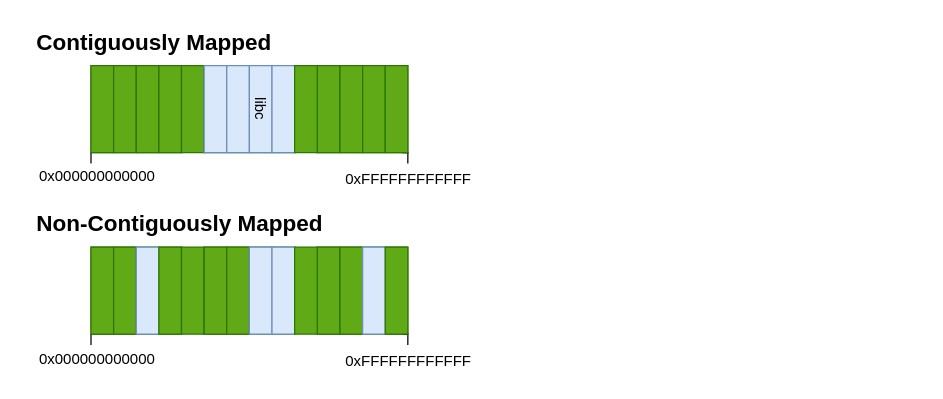
Before: diagrams/libc-contig-vs-noncontig.drawio in tcassar-diss/report, a draw.io diagram. Source tidied: cells renumbered, new cells numbered last; positions are measured from the earlier drawing's top-left corner, leaving out a move shared by most shapes. Both pictures are drawn from the tidied source at 125%, with x=0, y=0 at pixel (21, 21).
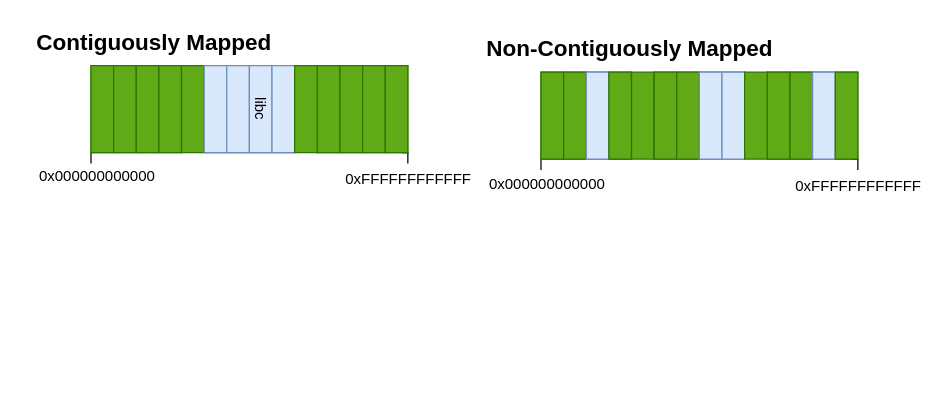
The same page after the edit.

Unchanged cells that the change refers to:
```xml
<mxCell id="2" style="group;" parent="1" vertex="1">
  <mxGeometry y="-0.2" width="354.1" height="284.8" as="geometry" />
</mxCell>
```

What changed in the source:
```diff
@@
-    <mxCell id="27" value="&lt;h1 style=&quot;margin-top: 0px;&quot;&gt;Non-Contiguously Mapped&lt;/h1&gt;" style="text;html=1;whiteSpace=wrap;overflow=hidden;rounded=0;fontSize=9;" parent="2" vertex="1">
-      <mxGeometry x="10" y="145.2" width="271" height="120" as="geometry" />
+    <mxCell id="27" value="&lt;h1 style=&quot;margin-top: 0px;&quot;&gt;Non-Contiguously Mapped&lt;/h1&gt;" style="text;html=1;whiteSpace=wrap;overflow=hidden;rounded=0;fontSize=9;" parent="1" vertex="1">
+      <mxGeometry x="370" y="5" width="271" height="120" as="geometry" />
     </mxCell>
-    <mxCell id="28" style="group;fillColor=#60a917;strokeColor=#2D7600;fontColor=#ffffff;" parent="2" vertex="1">
-      <mxGeometry x="55.3" y="180.4" width="72.4" height="69.6" as="geometry" />
+    <mxCell id="28" style="group;fillColor=#60a917;strokeColor=#2D7600;fontColor=#ffffff;" parent="1" vertex="1">
+      <mxGeometry x="415.3" y="40.2" width="72.4" height="69.6" as="geometry" />
     </mxCell>
-    <mxCell id="29" style="group;fillColor=#60a917;strokeColor=#2D7600;fontColor=#ffffff;" parent="2" vertex="1">
-      <mxGeometry x="236.3" y="180.4" width="72.4" height="69.6" as="geometry" />
+    <mxCell id="29" style="group;fillColor=#60a917;strokeColor=#2D7600;fontColor=#ffffff;" parent="1" vertex="1">
+      <mxGeometry x="596.3" y="40.2" width="72.4" height="69.6" as="geometry" />
     </mxCell>
-    <mxCell id="30" value="0xFFFFFFFFFFFF" style="text;html=1;align=center;verticalAlign=middle;whiteSpace=wrap;rounded=0;" parent="2" vertex="1">
-      <mxGeometry x="263.5" y="258.7" width="90.5" height="26.1" as="geometry" />
+    <mxCell id="30" value="0xFFFFFFFFFFFF" style="text;html=1;align=center;verticalAlign=middle;whiteSpace=wrap;rounded=0;" parent="1" vertex="1">
+      <mxGeometry x="623.5" y="118.5" width="90.5" height="26.1" as="geometry" />
     </mxCell>
-    <mxCell id="31" style="edgeStyle=orthogonalEdgeStyle;rounded=0;jettySize=auto;html=1;exitX=0.75;exitY=1;exitDx=0;exitDy=0;entryX=0.5;entryY=0;entryDx=0;entryDy=0;endArrow=none;startFill=0;" parent="2" edge="1" source="41" target="30">
+    <mxCell id="31" style="edgeStyle=orthogonalEdgeStyle;rounded=0;jettySize=auto;html=1;exitX=0.75;exitY=1;exitDx=0;exitDy=0;entryX=0.5;entryY=0;entryDx=0;entryDy=0;endArrow=none;startFill=0;" parent="1" edge="1" source="41" target="30">
       <mxGeometry relative="1" as="geometry" />
     </mxCell>
-    <mxCell id="32" style="edgeStyle=orthogonalEdgeStyle;rounded=0;jettySize=auto;html=1;exitX=0;exitY=1;exitDx=0;exitDy=0;strokeColor=default;endArrow=none;startFill=0;" parent="2" edge="1" source="33">
+    <mxCell id="32" style="edgeStyle=orthogonalEdgeStyle;rounded=0;jettySize=auto;html=1;exitX=0;exitY=1;exitDx=0;exitDy=0;strokeColor=default;endArrow=none;startFill=0;" parent="1" edge="1" source="33">
       <mxGeometry relative="1" as="geometry">
-        <mxPoint x="55.3" y="258.7" as="targetPoint" />
+        <mxPoint x="415.3" y="118.5" as="targetPoint" />
       </mxGeometry>
     </mxCell>
-    <mxCell id="33" style="rounded=0;whiteSpace=wrap;html=1;fillColor=#60a917;strokeColor=#2D7600;fontColor=#ffffff;" parent="2" vertex="1">
-      <mxGeometry x="55.3" y="180.4" width="18.1" height="69.6" as="geometry" />
+    <mxCell id="33" style="rounded=0;whiteSpace=wrap;html=1;fillColor=#60a917;strokeColor=#2D7600;fontColor=#ffffff;" parent="1" vertex="1">
+      <mxGeometry x="415.3" y="40.2" width="18.1" height="69.6" as="geometry" />
     </mxCell>
-    <mxCell id="34" style="rounded=0;whiteSpace=wrap;html=1;fillColor=#60a917;strokeColor=#2D7600;fontColor=#ffffff;" parent="2" vertex="1">
-      <mxGeometry x="73.4" y="180.4" width="18.1" height="69.6" as="geometry" />
+    <mxCell id="34" style="rounded=0;whiteSpace=wrap;html=1;fillColor=#60a917;strokeColor=#2D7600;fontColor=#ffffff;" parent="1" vertex="1">
+      <mxGeometry x="433.4" y="40.2" width="18.1" height="69.6" as="geometry" />
     </mxCell>
-    <mxCell id="35" style="rounded=0;whiteSpace=wrap;html=1;fillColor=#dae8fc;strokeColor=#6c8ebf;" parent="2" vertex="1">
-      <mxGeometry x="91.5" y="180.4" width="18.1" height="69.6" as="geometry" />
+    <mxCell id="35" style="rounded=0;whiteSpace=wrap;html=1;fillColor=#dae8fc;strokeColor=#6c8ebf;" parent="1" vertex="1">
+      <mxGeometry x="451.5" y="40.2" width="18.1" height="69.6" as="geometry" />
     </mxCell>
-    <mxCell id="36" style="rounded=0;whiteSpace=wrap;html=1;fillColor=#60a917;strokeColor=#2D7600;fontColor=#ffffff;" parent="2" vertex="1">
-      <mxGeometry x="109.6" y="180.4" width="18.1" height="69.6" as="geometry" />
+    <mxCell id="36" style="rounded=0;whiteSpace=wrap;html=1;fillColor=#60a917;strokeColor=#2D7600;fontColor=#ffffff;" parent="1" vertex="1">
+      <mxGeometry x="469.6" y="40.2" width="18.1" height="69.6" as="geometry" />
     </mxCell>
-    <mxCell id="37" style="rounded=0;whiteSpace=wrap;html=1;fillColor=#60a917;strokeColor=#2D7600;fontColor=#ffffff;" parent="2" vertex="1">
-      <mxGeometry x="127.7" y="180.4" width="18.1" height="69.6" as="geometry" />
+    <mxCell id="37" style="rounded=0;whiteSpace=wrap;html=1;fillColor=#60a917;strokeColor=#2D7600;fontColor=#ffffff;" parent="1" vertex="1">
+      <mxGeometry x="487.7" y="40.2" width="18.1" height="69.6" as="geometry" />
     </mxCell>
-    <mxCell id="38" style="rounded=0;whiteSpace=wrap;html=1;fillColor=#60a917;strokeColor=#2D7600;fontColor=#ffffff;" parent="2" vertex="1">
-      <mxGeometry x="236.3" y="180.4" width="18.1" height="69.6" as="geometry" />
+    <mxCell id="38" style="rounded=0;whiteSpace=wrap;html=1;fillColor=#60a917;strokeColor=#2D7600;fontColor=#ffffff;" parent="1" vertex="1">
+      <mxGeometry x="596.3" y="40.2" width="18.1" height="69.6" as="geometry" />
     </mxCell>
-    <mxCell id="39" style="rounded=0;whiteSpace=wrap;html=1;fillColor=#60a917;strokeColor=#2D7600;fontColor=#ffffff;" parent="2" vertex="1">
-      <mxGeometry x="254.5" y="180.4" width="18.1" height="69.6" as="geometry" />
+    <mxCell id="39" style="rounded=0;whiteSpace=wrap;html=1;fillColor=#60a917;strokeColor=#2D7600;fontColor=#ffffff;" parent="1" vertex="1">
+      <mxGeometry x="614.5" y="40.2" width="18.1" height="69.6" as="geometry" />
     </mxCell>
-    <mxCell id="40" style="rounded=0;whiteSpace=wrap;html=1;fillColor=#dae8fc;strokeColor=#6c8ebf;" parent="2" vertex="1">
-      <mxGeometry x="272.6" y="180.4" width="18.1" height="69.6" as="geometry" />
+    <mxCell id="40" style="rounded=0;whiteSpace=wrap;html=1;fillColor=#dae8fc;strokeColor=#6c8ebf;" parent="1" vertex="1">
+      <mxGeometry x="632.6" y="40.2" width="18.1" height="69.6" as="geometry" />
     </mxCell>
-    <mxCell id="41" style="rounded=0;whiteSpace=wrap;html=1;fillColor=#60a917;strokeColor=#2D7600;fontColor=#ffffff;" parent="2" vertex="1">
-      <mxGeometry x="290.7" y="180.4" width="18.1" height="69.6" as="geometry" />
+    <mxCell id="41" style="rounded=0;whiteSpace=wrap;html=1;fillColor=#60a917;strokeColor=#2D7600;fontColor=#ffffff;" parent="1" vertex="1">
+      <mxGeometry x="650.7" y="40.2" width="18.1" height="69.6" as="geometry" />
     </mxCell>
-    <mxCell id="42" value="0x000000000000" style="text;html=1;align=center;verticalAlign=middle;strokeColor=none;fillColor=none;" parent="2" vertex="1">
-      <mxGeometry y="254.8" width="120" height="30" as="geometry" />
+    <mxCell id="42" value="0x000000000000" style="text;html=1;align=center;verticalAlign=middle;strokeColor=none;fillColor=none;" parent="1" vertex="1">
+      <mxGeometry x="360" y="114.6" width="120" height="30" as="geometry" />
     </mxCell>
-    <mxCell id="43" style="group;fillColor=#60a917;strokeColor=#2D7600;fontColor=#ffffff;" parent="2" vertex="1">
-      <mxGeometry x="145.8" y="180.4" width="72.4" height="69.6" as="geometry" />
+    <mxCell id="43" style="group;fillColor=#60a917;strokeColor=#2D7600;fontColor=#ffffff;" parent="1" vertex="1">
+      <mxGeometry x="505.8" y="40.2" width="72.4" height="69.6" as="geometry" />
     </mxCell>
-    <mxCell id="44" style="rounded=0;whiteSpace=wrap;html=1;fillColor=light-dark(#61a916, #1d293b);strokeColor=light-dark(#2e7601, #5c79a3);" parent="2" vertex="1">
-      <mxGeometry x="145.8" y="180.4" width="18.1" height="69.6" as="geometry" />
+    <mxCell id="44" style="rounded=0;whiteSpace=wrap;html=1;fillColor=light-dark(#61a916, #1d293b);strokeColor=light-dark(#2e7601, #5c79a3);" parent="1" vertex="1">
+      <mxGeometry x="505.8" y="40.2" width="18.1" height="69.6" as="geometry" />
     </mxCell>
-    <mxCell id="45" style="rounded=0;whiteSpace=wrap;html=1;fillColor=light-dark(#61a916, #1d293b);strokeColor=light-dark(#2e7601, #5c79a3);" parent="2" vertex="1">
-      <mxGeometry x="163.9" y="180.4" width="18.1" height="69.6" as="geometry" />
+    <mxCell id="45" style="rounded=0;whiteSpace=wrap;html=1;fillColor=light-dark(#61a916, #1d293b);strokeColor=light-dark(#2e7601, #5c79a3);" parent="1" vertex="1">
+      <mxGeometry x="523.9" y="40.2" width="18.1" height="69.6" as="geometry" />
     </mxCell>
-    <mxCell id="46" style="rounded=0;whiteSpace=wrap;html=1;fillColor=#dae8fc;strokeColor=#6c8ebf;" parent="2" vertex="1">
-      <mxGeometry x="182" y="180.4" width="18.1" height="69.6" as="geometry" />
+    <mxCell id="46" style="rounded=0;whiteSpace=wrap;html=1;fillColor=#dae8fc;strokeColor=#6c8ebf;" parent="1" vertex="1">
+      <mxGeometry x="542" y="40.2" width="18.1" height="69.6" as="geometry" />
     </mxCell>
-    <mxCell id="47" style="rounded=0;whiteSpace=wrap;html=1;fillColor=#dae8fc;strokeColor=#6c8ebf;" parent="2" vertex="1">
-      <mxGeometry x="200.1" y="180.4" width="18.1" height="69.6" as="geometry" />
+    <mxCell id="47" style="rounded=0;whiteSpace=wrap;html=1;fillColor=#dae8fc;strokeColor=#6c8ebf;" parent="1" vertex="1">
+      <mxGeometry x="560.1" y="40.2" width="18.1" height="69.6" as="geometry" />
     </mxCell>
-    <mxCell id="48" style="rounded=0;whiteSpace=wrap;html=1;fillColor=#60a917;strokeColor=#2D7600;fontColor=#ffffff;" parent="2" vertex="1">
-      <mxGeometry x="218.2" y="180.4" width="18.1" height="69.6" as="geometry" />
+    <mxCell id="48" style="rounded=0;whiteSpace=wrap;html=1;fillColor=#60a917;strokeColor=#2D7600;fontColor=#ffffff;" parent="1" vertex="1">
+      <mxGeometry x="578.2" y="40.2" width="18.1" height="69.6" as="geometry" />
     </mxCell>
```
